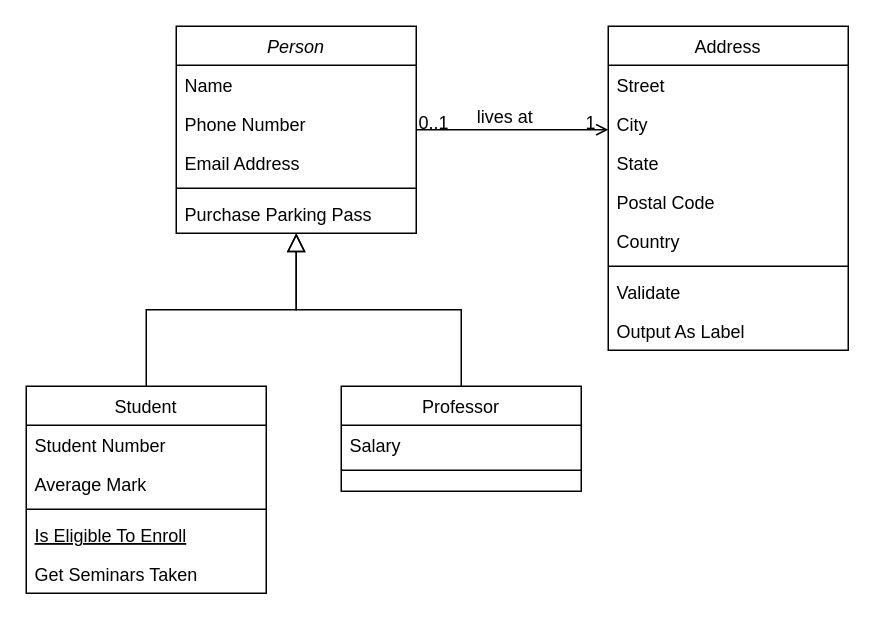
Before: DATN.drawio in ntuananhdevs/DATN-DevFoods, a draw.io diagram. Source tidied: cells renumbered, new cells numbered last; positions are measured from the earlier drawing's top-left corner, leaving out a move shared by most shapes. Both pictures are drawn from the tidied source at 150%, with x=0, y=0 at pixel (26, 26).
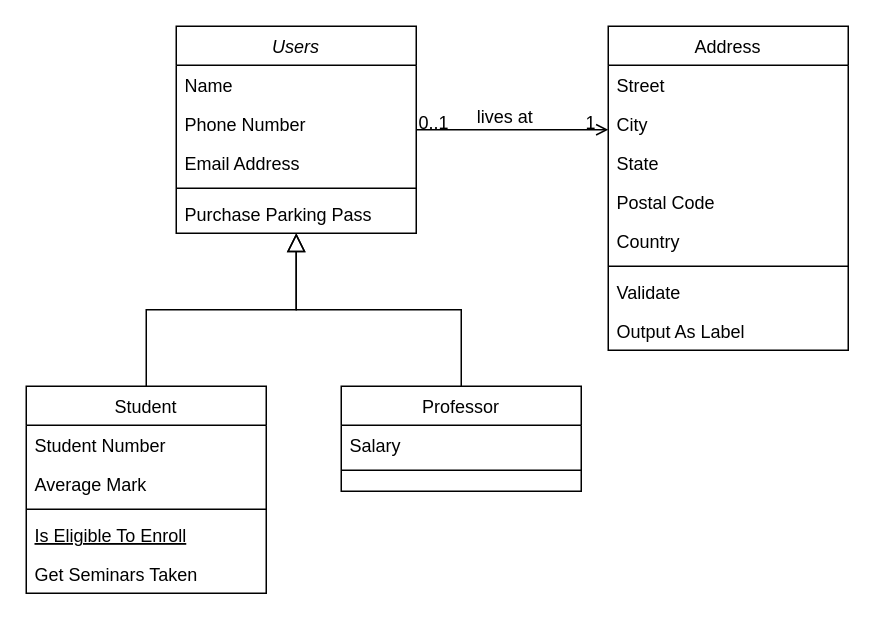
After the change.

Commit message (it also covers changes not shown here):
Cập nhật DATN.drawio

The edit, as a diff of the source:
```diff
@@
-    <mxCell id="2" value="Person" style="swimlane;fontStyle=2;align=center;verticalAlign=top;horizontal=1;startSize=26;rounded=0;shadow=0;strokeWidth=1;" parent="1" vertex="1">
+    <mxCell id="2" value="Users" style="swimlane;fontStyle=2;align=center;verticalAlign=top;horizontal=1;startSize=26;rounded=0;shadow=0;strokeWidth=1;" parent="1" vertex="1">
       <mxGeometry x="100" width="160" height="138" as="geometry" />
     </mxCell>
```
